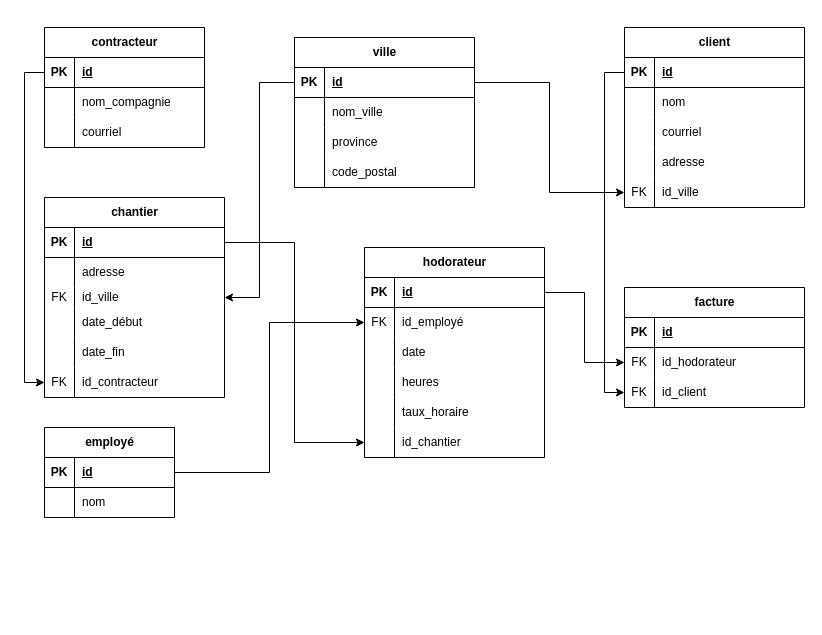
groupe07018/Projet_Final_equipe3 keeps this draw.io diagram as diagrammeBD.drawio. Above is the earlier version. Source tidied: cells renumbered, new cells numbered last; positions are measured from the earlier drawing's top-left corner, leaving out a move shared by most shapes. Both pictures are drawn from the tidied source at 100%, with x=0, y=0 at pixel (44, 27).
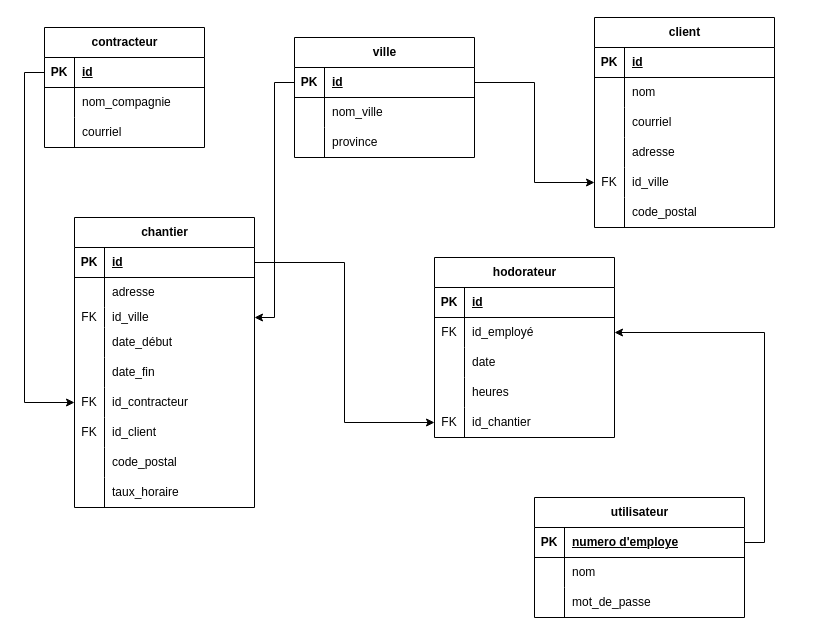
Above is the later version.

Commit message (it also covers changes not shown here):
mise a jour

The change refers to these unchanged cells:
```xml
<mxCell id="20" style="shape=tableRow;horizontal=0;startSize=0;swimlaneHead=0;swimlaneBody=0;fillColor=none;points=[[0,0.5],[1,0.5]];portConstraint=eastwest;top=0;left=0;right=0;bottom=1;" parent="19" vertex="1">
  <mxGeometry y="30" width="180" height="30" as="geometry" />
</mxCell>
<mxCell id="55" style="shape=tableRow;horizontal=0;startSize=0;swimlaneHead=0;swimlaneBody=0;fillColor=none;points=[[0,0.5],[1,0.5]];portConstraint=eastwest;top=0;left=0;right=0;bottom=1;" parent="54" vertex="1">
  <mxGeometry y="30" width="180" height="30" as="geometry" />
</mxCell>
<mxCell id="58" style="shape=tableRow;horizontal=0;startSize=0;swimlaneHead=0;swimlaneBody=0;fillColor=none;points=[[0,0.5],[1,0.5]];portConstraint=eastwest;top=0;left=0;right=0;bottom=0;" parent="54" vertex="1">
  <mxGeometry y="60" width="180" height="30" as="geometry" />
</mxCell>
```

Change to the diagram source:
```diff
@@
-    <mxCell id="2" value="employé" style="shape=table;startSize=30;childLayout=tableLayout;rowLines=0;fontStyle=1;align=center;html=1;" parent="1" vertex="1">
-      <mxGeometry y="400" width="130" height="90" as="geometry" />
+    <mxCell id="2" value="utilisateur" style="shape=table;startSize=30;childLayout=tableLayout;rowLines=0;fontStyle=1;align=center;html=1;" parent="1" vertex="1">
+      <mxGeometry x="490" y="470" width="210" height="120" as="geometry" />
     </mxCell>
     <mxCell id="3" style="shape=tableRow;horizontal=0;startSize=0;swimlaneHead=0;swimlaneBody=0;fillColor=none;points=[[0,0.5],[1,0.5]];portConstraint=eastwest;top=0;left=0;right=0;bottom=1;" parent="2" vertex="1">
-      <mxGeometry y="30" width="130" height="30" as="geometry" />
+      <mxGeometry y="30" width="210" height="30" as="geometry" />
     </mxCell>
@@
-    <mxCell id="5" value="id" style="shape=partialRectangle;fillColor=none;top=0;left=0;bottom=0;right=0;align=left;spacingLeft=6;fontStyle=5;overflow=hidden;whiteSpace=wrap;html=1;" parent="3" vertex="1">
-      <mxGeometry x="30" width="100" height="30" as="geometry" />
+    <mxCell id="5" value="numero d'employe" style="shape=partialRectangle;fillColor=none;top=0;left=0;bottom=0;right=0;align=left;spacingLeft=6;fontStyle=5;overflow=hidden;whiteSpace=wrap;html=1;" parent="3" vertex="1">
+      <mxGeometry x="30" width="180" height="30" as="geometry" />
     </mxCell>
     <mxCell id="6" style="shape=tableRow;horizontal=0;startSize=0;swimlaneHead=0;swimlaneBody=0;fillColor=none;top=0;left=0;right=0;bottom=0;" parent="2" vertex="1">
-      <mxGeometry y="60" width="130" height="30" as="geometry" />
+      <mxGeometry y="60" width="210" height="30" as="geometry" />
     </mxCell>
@@
     <mxCell id="8" value="nom" style="shape=partialRectangle;fillColor=none;top=0;left=0;bottom=0;right=0;align=left;spacingLeft=6;overflow=hidden;whiteSpace=wrap;html=1;" parent="6" vertex="1">
-      <mxGeometry x="30" width="100" height="30" as="geometry" />
+      <mxGeometry x="30" width="180" height="30" as="geometry" />
     </mxCell>
+    <mxCell id="103" style="shape=tableRow;horizontal=0;startSize=0;swimlaneHead=0;swimlaneBody=0;fillColor=none;top=0;left=0;right=0;bottom=0;" parent="2" vertex="1">
+      <mxGeometry y="90" width="210" height="30" as="geometry" />
+    </mxCell>
+    <mxCell id="104" style="shape=partialRectangle;fillColor=none;top=0;left=0;bottom=0;right=0;overflow=hidden;whiteSpace=wrap;html=1;" parent="103" vertex="1">
+      <mxGeometry width="30" height="30" as="geometry" />
+    </mxCell>
+    <mxCell id="105" value="mot_de_passe" style="shape=partialRectangle;fillColor=none;top=0;left=0;bottom=0;right=0;align=left;spacingLeft=6;overflow=hidden;whiteSpace=wrap;html=1;" parent="103" vertex="1">
+      <mxGeometry x="30" width="180" height="30" as="geometry" />
+    </mxCell>
@@
     <mxCell id="19" value="client" style="shape=table;startSize=30;childLayout=tableLayout;rowLines=0;fontStyle=1;align=center;html=1;" parent="1" vertex="1">
-      <mxGeometry x="580" width="180" height="180" as="geometry" />
+      <mxGeometry x="550" y="-10" width="180" height="210" as="geometry" />
     </mxCell>
@@
+    <mxCell id="106" style="shape=tableRow;horizontal=0;startSize=0;swimlaneHead=0;swimlaneBody=0;fillColor=none;top=0;left=0;right=0;bottom=0;" parent="19" vertex="1">
+      <mxGeometry y="180" width="180" height="30" as="geometry" />
+    </mxCell>
+    <mxCell id="107" style="shape=partialRectangle;fillColor=none;top=0;left=0;bottom=0;right=0;overflow=hidden;whiteSpace=wrap;html=1;" parent="106" vertex="1">
+      <mxGeometry width="30" height="30" as="geometry" />
+    </mxCell>
+    <mxCell id="108" value="code_postal" style="shape=partialRectangle;fillColor=none;top=0;left=0;bottom=0;right=0;align=left;spacingLeft=6;overflow=hidden;whiteSpace=wrap;html=1;" parent="106" vertex="1">
+      <mxGeometry x="30" width="150" height="30" as="geometry" />
+    </mxCell>
     <mxCell id="35" value="chantier" style="shape=table;startSize=30;childLayout=tableLayout;rowLines=0;fontStyle=1;align=center;html=1;" parent="1" vertex="1">
-      <mxGeometry y="170" width="180" height="200" as="geometry" />
+      <mxGeometry x="30" y="190" width="180" height="290" as="geometry" />
     </mxCell>
@@
+    <mxCell id="109" style="shape=tableRow;horizontal=0;startSize=0;swimlaneHead=0;swimlaneBody=0;fillColor=none;top=0;left=0;right=0;bottom=0;" parent="35" vertex="1">
+      <mxGeometry y="200" width="180" height="30" as="geometry" />
+    </mxCell>
+    <mxCell id="110" value="FK" style="shape=partialRectangle;fillColor=none;top=0;left=0;bottom=0;right=0;overflow=hidden;whiteSpace=wrap;html=1;" parent="109" vertex="1">
+      <mxGeometry width="30" height="30" as="geometry" />
+    </mxCell>
+    <mxCell id="95" value="id_client" style="shape=partialRectangle;fillColor=none;top=0;left=0;bottom=0;right=0;align=left;spacingLeft=6;overflow=hidden;whiteSpace=wrap;html=1;" parent="109" vertex="1">
+      <mxGeometry x="30" width="150" height="30" as="geometry" />
+    </mxCell>
+    <mxCell id="111" style="shape=tableRow;horizontal=0;startSize=0;swimlaneHead=0;swimlaneBody=0;fillColor=none;top=0;left=0;right=0;bottom=0;" parent="35" vertex="1">
+      <mxGeometry y="230" width="180" height="30" as="geometry" />
+    </mxCell>
+    <mxCell id="112" style="shape=partialRectangle;fillColor=none;top=0;left=0;bottom=0;right=0;overflow=hidden;whiteSpace=wrap;html=1;" parent="111" vertex="1">
+      <mxGeometry width="30" height="30" as="geometry" />
+    </mxCell>
+    <mxCell id="113" value="code_postal" style="shape=partialRectangle;fillColor=none;top=0;left=0;bottom=0;right=0;align=left;spacingLeft=6;overflow=hidden;whiteSpace=wrap;html=1;" parent="111" vertex="1">
+      <mxGeometry x="30" width="150" height="30" as="geometry" />
+    </mxCell>
+    <mxCell id="114" style="shape=tableRow;horizontal=0;startSize=0;swimlaneHead=0;swimlaneBody=0;fillColor=none;top=0;left=0;right=0;bottom=0;" parent="35" vertex="1">
+      <mxGeometry y="260" width="180" height="30" as="geometry" />
+    </mxCell>
+    <mxCell id="115" style="shape=partialRectangle;fillColor=none;top=0;left=0;bottom=0;right=0;overflow=hidden;whiteSpace=wrap;html=1;" parent="114" vertex="1">
+      <mxGeometry width="30" height="30" as="geometry" />
+    </mxCell>
+    <mxCell id="69" value="taux_horaire" style="shape=partialRectangle;fillColor=none;top=0;left=0;bottom=0;right=0;align=left;spacingLeft=6;overflow=hidden;whiteSpace=wrap;html=1;" parent="114" vertex="1">
+      <mxGeometry x="30" width="150" height="30" as="geometry" />
+    </mxCell>
     <mxCell id="54" value="hodorateur" style="shape=table;startSize=30;childLayout=tableLayout;rowLines=0;fontStyle=1;align=center;html=1;" parent="1" vertex="1">
-      <mxGeometry x="320" y="220" width="180" height="210" as="geometry" />
+      <mxGeometry x="390" y="230" width="180" height="180" as="geometry" />
     </mxCell>
@@
-    <mxCell id="67" style="shape=tableRow;horizontal=0;startSize=0;swimlaneHead=0;swimlaneBody=0;fillColor=none;top=0;left=0;right=0;bottom=0;" parent="54" vertex="1">
-      <mxGeometry y="150" width="180" height="30" as="geometry" />
-    </mxCell>
-    <mxCell id="68" style="shape=partialRectangle;fillColor=none;top=0;left=0;bottom=0;right=0;overflow=hidden;whiteSpace=wrap;html=1;" parent="67" vertex="1">
-      <mxGeometry width="30" height="30" as="geometry" />
-    </mxCell>
-    <mxCell id="69" value="taux_horaire" style="shape=partialRectangle;fillColor=none;top=0;left=0;bottom=0;right=0;align=left;spacingLeft=6;overflow=hidden;whiteSpace=wrap;html=1;" parent="67" vertex="1">
-      <mxGeometry x="30" width="150" height="30" as="geometry" />
-    </mxCell>
     <mxCell id="70" style="shape=tableRow;horizontal=0;startSize=0;swimlaneHead=0;swimlaneBody=0;fillColor=none;points=[[0,0.5],[1,0.5]];portConstraint=eastwest;top=0;left=0;right=0;bottom=0;" parent="54" vertex="1">
-      <mxGeometry y="180" width="180" height="30" as="geometry" />
+      <mxGeometry y="150" width="180" height="30" as="geometry" />
     </mxCell>
-    <mxCell id="71" style="shape=partialRectangle;fillColor=none;top=0;left=0;bottom=0;right=0;overflow=hidden;whiteSpace=wrap;html=1;" parent="70" vertex="1">
+    <mxCell id="71" value="FK" style="shape=partialRectangle;fillColor=none;top=0;left=0;bottom=0;right=0;overflow=hidden;whiteSpace=wrap;html=1;" parent="70" vertex="1">
       <mxGeometry width="30" height="30" as="geometry" />
     </mxCell>
@@
     <mxCell id="73" value="ville" style="shape=table;startSize=30;childLayout=tableLayout;rowLines=0;fontStyle=1;align=center;html=1;" parent="1" vertex="1">
-      <mxGeometry x="250" y="10" width="180" height="150" as="geometry" />
+      <mxGeometry x="250" y="10" width="180" height="120" as="geometry" />
     </mxCell>
@@
-    <mxCell id="83" style="shape=tableRow;horizontal=0;startSize=0;swimlaneHead=0;swimlaneBody=0;fillColor=none;top=0;left=0;right=0;bottom=0;" parent="73" vertex="1">
-      <mxGeometry y="120" width="180" height="30" as="geometry" />
-    </mxCell>
-    <mxCell id="84" style="shape=partialRectangle;fillColor=none;top=0;left=0;bottom=0;right=0;overflow=hidden;whiteSpace=wrap;html=1;" parent="83" vertex="1">
-      <mxGeometry width="30" height="30" as="geometry" />
-    </mxCell>
-    <mxCell id="85" value="code_postal" style="shape=partialRectangle;fillColor=none;top=0;left=0;bottom=0;right=0;align=left;spacingLeft=6;overflow=hidden;whiteSpace=wrap;html=1;" parent="83" vertex="1">
-      <mxGeometry x="30" width="150" height="30" as="geometry" />
-    </mxCell>
-    <mxCell id="86" value="facture" style="shape=table;startSize=30;childLayout=tableLayout;rowLines=0;fontStyle=1;align=center;html=1;" parent="1" vertex="1">
-      <mxGeometry x="580" y="260" width="180" height="120" as="geometry" />
-    </mxCell>
-    <mxCell id="87" style="shape=tableRow;horizontal=0;startSize=0;swimlaneHead=0;swimlaneBody=0;fillColor=none;top=0;left=0;right=0;bottom=1;" parent="86" vertex="1">
-      <mxGeometry y="30" width="180" height="30" as="geometry" />
-    </mxCell>
-    <mxCell id="88" value="PK" style="shape=partialRectangle;fillColor=none;top=0;left=0;bottom=0;right=0;fontStyle=1;overflow=hidden;whiteSpace=wrap;html=1;" parent="87" vertex="1">
-      <mxGeometry width="30" height="30" as="geometry" />
-    </mxCell>
-    <mxCell id="89" value="id" style="shape=partialRectangle;fillColor=none;top=0;left=0;bottom=0;right=0;align=left;spacingLeft=6;fontStyle=5;overflow=hidden;whiteSpace=wrap;html=1;" parent="87" vertex="1">
-      <mxGeometry x="30" width="150" height="30" as="geometry" />
-    </mxCell>
-    <mxCell id="90" style="shape=tableRow;horizontal=0;startSize=0;swimlaneHead=0;swimlaneBody=0;fillColor=none;points=[[0,0.5],[1,0.5]];portConstraint=eastwest;top=0;left=0;right=0;bottom=0;" parent="86" vertex="1">
-      <mxGeometry y="60" width="180" height="30" as="geometry" />
-    </mxCell>
-    <mxCell id="91" value="FK" style="shape=partialRectangle;fillColor=none;top=0;left=0;bottom=0;right=0;overflow=hidden;whiteSpace=wrap;html=1;" parent="90" vertex="1">
-      <mxGeometry width="30" height="30" as="geometry" />
-    </mxCell>
-    <mxCell id="92" value="id_hodorateur" style="shape=partialRectangle;fillColor=none;top=0;left=0;bottom=0;right=0;align=left;spacingLeft=6;overflow=hidden;whiteSpace=wrap;html=1;" parent="90" vertex="1">
-      <mxGeometry x="30" width="150" height="30" as="geometry" />
-    </mxCell>
-    <mxCell id="93" style="shape=tableRow;horizontal=0;startSize=0;swimlaneHead=0;swimlaneBody=0;fillColor=none;points=[[0,0.5],[1,0.5]];portConstraint=eastwest;top=0;left=0;right=0;bottom=0;" parent="86" vertex="1">
-      <mxGeometry y="90" width="180" height="30" as="geometry" />
-    </mxCell>
-    <mxCell id="94" value="FK" style="shape=partialRectangle;fillColor=none;top=0;left=0;bottom=0;right=0;overflow=hidden;whiteSpace=wrap;html=1;" parent="93" vertex="1">
-      <mxGeometry width="30" height="30" as="geometry" />
-    </mxCell>
-    <mxCell id="95" value="id_client" style="shape=partialRectangle;fillColor=none;top=0;left=0;bottom=0;right=0;align=left;spacingLeft=6;overflow=hidden;whiteSpace=wrap;html=1;" parent="93" vertex="1">
-      <mxGeometry x="30" width="150" height="30" as="geometry" />
-    </mxCell>
@@
-    <mxCell id="97" style="edgeStyle=orthogonalEdgeStyle;rounded=0;jettySize=auto;html=1;exitX=0;exitY=0.5;exitDx=0;exitDy=0;entryX=0;entryY=0.5;entryDx=0;entryDy=0;" parent="1" edge="1" source="20" target="93">
-      <mxGeometry relative="1" as="geometry" />
-    </mxCell>
-    <mxCell id="98" style="edgeStyle=orthogonalEdgeStyle;rounded=0;jettySize=auto;html=1;exitX=1;exitY=0.5;exitDx=0;exitDy=0;entryX=0;entryY=0.5;entryDx=0;entryDy=0;" parent="1" edge="1" source="55" target="90">
-      <mxGeometry relative="1" as="geometry" />
-    </mxCell>
@@
-    <mxCell id="102" style="edgeStyle=orthogonalEdgeStyle;rounded=0;jettySize=auto;html=1;exitX=1;exitY=0.5;exitDx=0;exitDy=0;entryX=0;entryY=0.5;entryDx=0;entryDy=0;" parent="1" edge="1" source="3" target="58">
+    <mxCell id="102" style="edgeStyle=orthogonalEdgeStyle;rounded=0;jettySize=auto;html=1;exitX=1;exitY=0.5;exitDx=0;exitDy=0;entryX=1;entryY=0.5;entryDx=0;entryDy=0;" parent="1" edge="1" source="3" target="58">
       <mxGeometry relative="1" as="geometry" />
     </mxCell>
```
